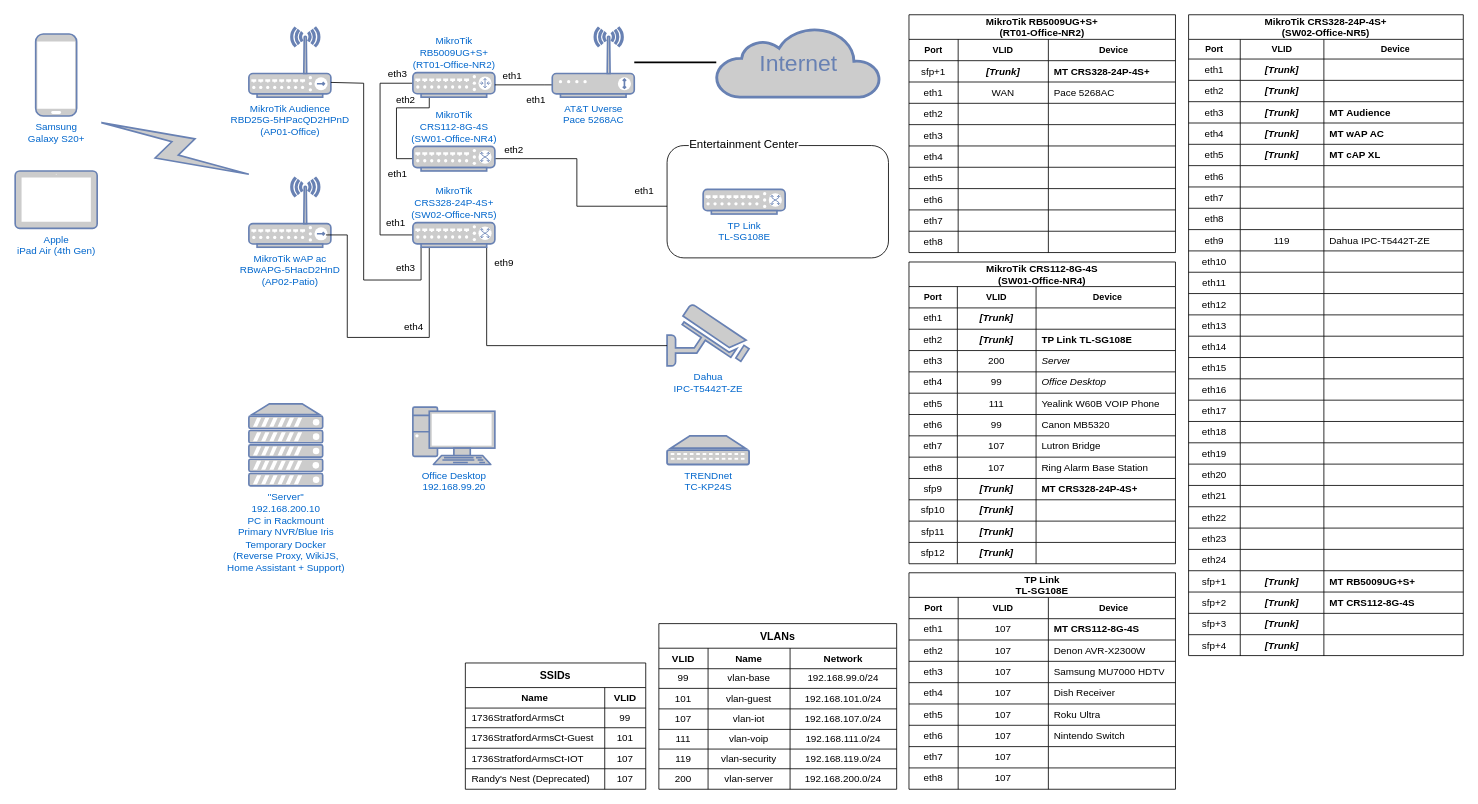
Before: smart-home/homelab.drawio in simsrw73/documents, a draw.io diagram. Source tidied: cells renumbered, new cells numbered last; positions are measured from the earlier drawing's top-left corner, leaving out a move shared by most shapes. Both pictures are drawn from the tidied source at 82%, with x=0, y=0 at pixel (15, 14).
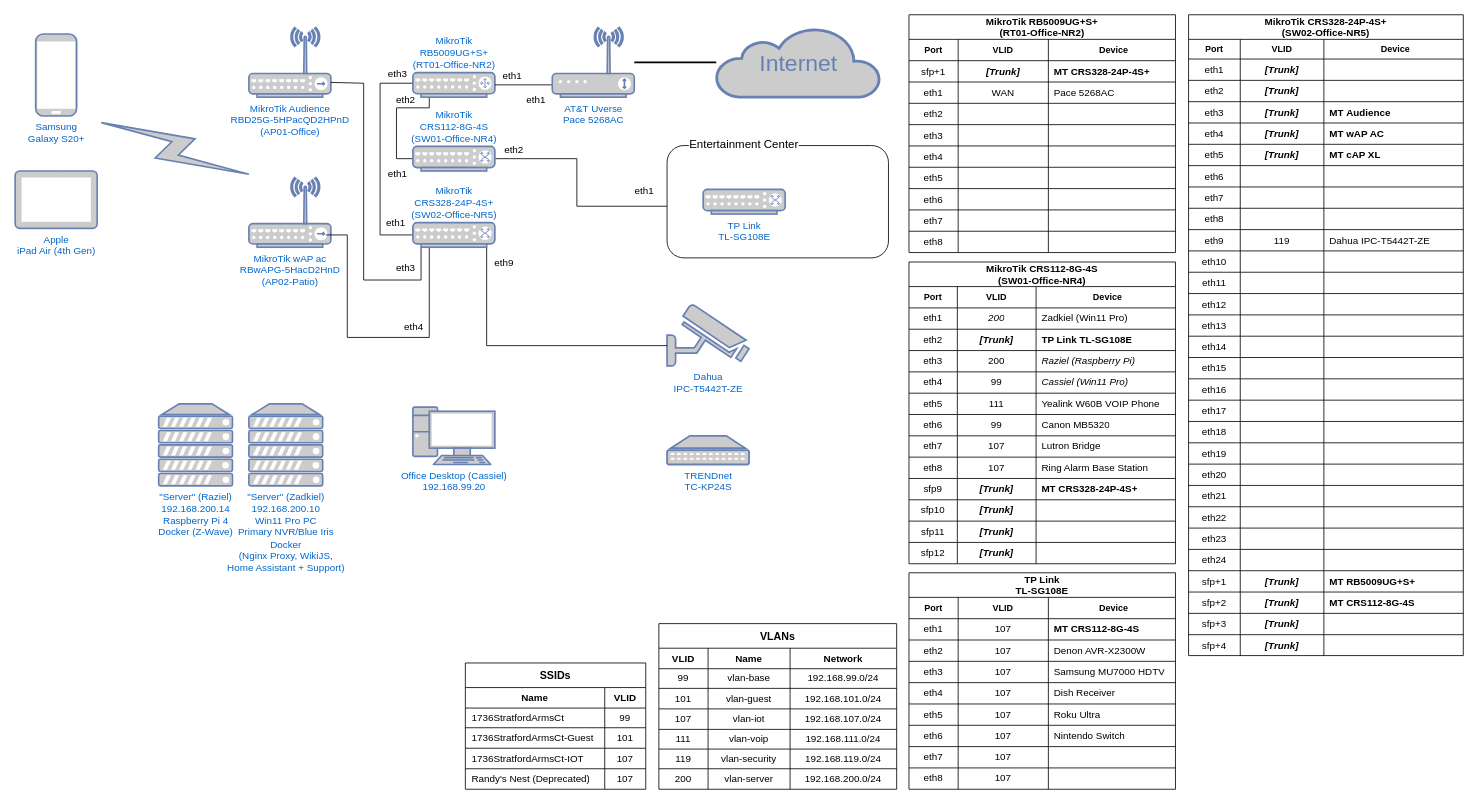
The same page after the edit.

Commit message (it also covers changes not shown here):
Update network diagram

Unchanged cells that the change refers to:
```xml
<mxCell id="109" style="shape=partialRectangle;fillColor=none;top=0;left=0;bottom=0;right=0;" parent="104" vertex="1">
  <mxGeometry y="56" width="325" height="26" as="geometry" />
</mxCell>
<mxCell id="117" style="shape=partialRectangle;fillColor=none;top=0;left=0;bottom=0;right=0;" parent="104" vertex="1">
  <mxGeometry y="108" width="325" height="26" as="geometry" />
</mxCell>
<mxCell id="121" style="shape=partialRectangle;fillColor=none;top=0;left=0;bottom=0;right=0;" parent="104" vertex="1">
  <mxGeometry y="134" width="325" height="26" as="geometry" />
</mxCell>
```

What changed in the source:
```diff
@@
-    <mxCell id="9" value="Office Desktop&lt;br&gt;192.168.99.20" style="fontColor=#0066CC;verticalAlign=top;verticalLabelPosition=bottom;labelPosition=center;align=center;html=1;fillColor=#CCCCCC;strokeColor=#6881B3;gradientColor=none;gradientDirection=north;strokeWidth=2;shape=mxgraph.networks.pc;rounded=0;shadow=0;comic=0;" parent="1" vertex="1">
+    <mxCell id="9" value="Office Desktop (Cassiel)&lt;br&gt;192.168.99.20" style="fontColor=#0066CC;verticalAlign=top;verticalLabelPosition=bottom;labelPosition=center;align=center;html=1;fillColor=#CCCCCC;strokeColor=#6881B3;gradientColor=none;gradientDirection=north;strokeWidth=2;shape=mxgraph.networks.pc;rounded=0;shadow=0;comic=0;" parent="1" vertex="1">
       <mxGeometry x="485" y="479" width="100" height="70" as="geometry" />
     </mxCell>
@@
-    <mxCell id="111" value="[Trunk]" style="shape=partialRectangle;html=1;whiteSpace=wrap;overflow=hidden;fillColor=none;top=0;left=0;bottom=0;right=0;align=center;spacingLeft=0;fontStyle=3;" parent="109" vertex="1">
+    <mxCell id="111" value="&lt;span style=&quot;font-weight: normal&quot;&gt;200&lt;/span&gt;" style="shape=partialRectangle;html=1;whiteSpace=wrap;overflow=hidden;fillColor=none;top=0;left=0;bottom=0;right=0;align=center;spacingLeft=0;fontStyle=3;" parent="109" vertex="1">
       <mxGeometry x="59" width="96" height="26" as="geometry" />
     </mxCell>
-    <mxCell id="112" value="&lt;div&gt;&lt;br&gt;&lt;/div&gt;" style="shape=partialRectangle;html=1;whiteSpace=wrap;overflow=hidden;fillColor=none;top=0;left=0;bottom=0;right=0;align=left;spacingLeft=5;" parent="109" vertex="1">
+    <mxCell id="112" value="Zadkiel (Win11 Pro)" style="shape=partialRectangle;html=1;whiteSpace=wrap;overflow=hidden;fillColor=none;top=0;left=0;bottom=0;right=0;align=left;spacingLeft=5;" parent="109" vertex="1">
       <mxGeometry x="155" width="170" height="26" as="geometry" />
     </mxCell>
@@
-    <mxCell id="120" value="Server" style="shape=partialRectangle;html=1;whiteSpace=wrap;overflow=hidden;fillColor=none;top=0;left=0;bottom=0;right=0;align=left;spacingLeft=5;fontStyle=2;" parent="117" vertex="1">
+    <mxCell id="120" value="Raziel (Raspberry Pi)" style="shape=partialRectangle;html=1;whiteSpace=wrap;overflow=hidden;fillColor=none;top=0;left=0;bottom=0;right=0;align=left;spacingLeft=5;fontStyle=2;" parent="117" vertex="1">
       <mxGeometry x="155" width="170" height="26" as="geometry" />
     </mxCell>
@@
-    <mxCell id="124" value="Office Desktop" style="shape=partialRectangle;html=1;whiteSpace=wrap;overflow=hidden;fillColor=none;top=0;left=0;bottom=0;right=0;align=left;spacingLeft=5;fontStyle=2;" parent="121" vertex="1">
+    <mxCell id="124" value="Cassiel (Win11 Pro)" style="shape=partialRectangle;html=1;whiteSpace=wrap;overflow=hidden;fillColor=none;top=0;left=0;bottom=0;right=0;align=left;spacingLeft=5;fontStyle=2;" parent="121" vertex="1">
       <mxGeometry x="155" width="170" height="26" as="geometry" />
     </mxCell>
@@
-    <mxCell id="331" value="&quot;Server&quot;&lt;br&gt;192.168.200.10&lt;br&gt;PC in Rackmount&lt;br&gt;Primary NVR/Blue Iris&lt;br&gt;Temporary Docker&lt;br&gt;(Reverse Proxy, WikiJS,&lt;br&gt;Home Assistant + Support)" style="fontColor=#0066CC;verticalAlign=top;verticalLabelPosition=bottom;labelPosition=center;align=center;html=1;fillColor=#CCCCCC;strokeColor=#6881B3;gradientColor=none;gradientDirection=north;strokeWidth=2;shape=mxgraph.networks.server;" parent="1" vertex="1">
+    <mxCell id="331" value="&quot;Server&quot; (Zadkiel)&lt;br&gt;192.168.200.10&lt;br&gt;Win11 Pro PC&lt;br&gt;Primary NVR/Blue Iris&lt;br&gt;Docker&lt;br&gt;(Nginx Proxy, WikiJS,&lt;br&gt;Home Assistant + Support)" style="fontColor=#0066CC;verticalAlign=top;verticalLabelPosition=bottom;labelPosition=center;align=center;html=1;fillColor=#CCCCCC;strokeColor=#6881B3;gradientColor=none;gradientDirection=north;strokeWidth=2;shape=mxgraph.networks.server;" parent="1" vertex="1">
       <mxGeometry x="285" y="475" width="90" height="100" as="geometry" />
     </mxCell>
+    <mxCell id="332" value="&quot;Server&quot; (Raziel)&lt;br&gt;192.168.200.14&lt;br&gt;Raspberry Pi 4&lt;br&gt;Docker (Z-Wave)" style="fontColor=#0066CC;verticalAlign=top;verticalLabelPosition=bottom;labelPosition=center;align=center;html=1;fillColor=#CCCCCC;strokeColor=#6881B3;gradientColor=none;gradientDirection=north;strokeWidth=2;shape=mxgraph.networks.server;" parent="1" vertex="1">
+      <mxGeometry x="175" y="475" width="90" height="100" as="geometry" />
+    </mxCell>
```
